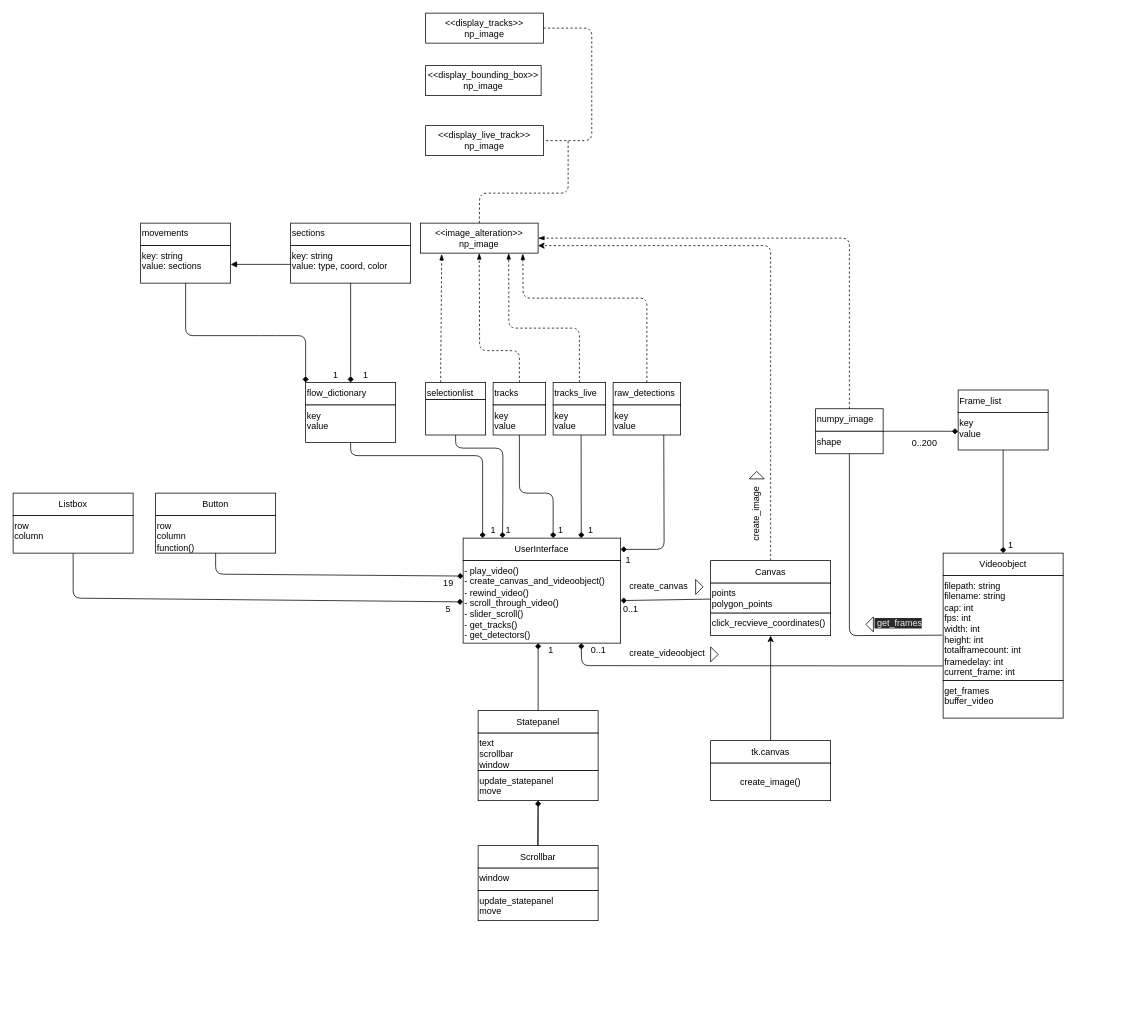
The draw.io diagram OTAnalytics/uml.drawio in OpenTrafficCam/OTAnalytics, before the edit. Source tidied: cells renumbered, new cells numbered last; positions are measured from the earlier drawing's top-left corner, leaving out a move shared by most shapes. Both pictures are drawn from the tidied source at 75%, with x=0, y=0 at pixel (13, 13).
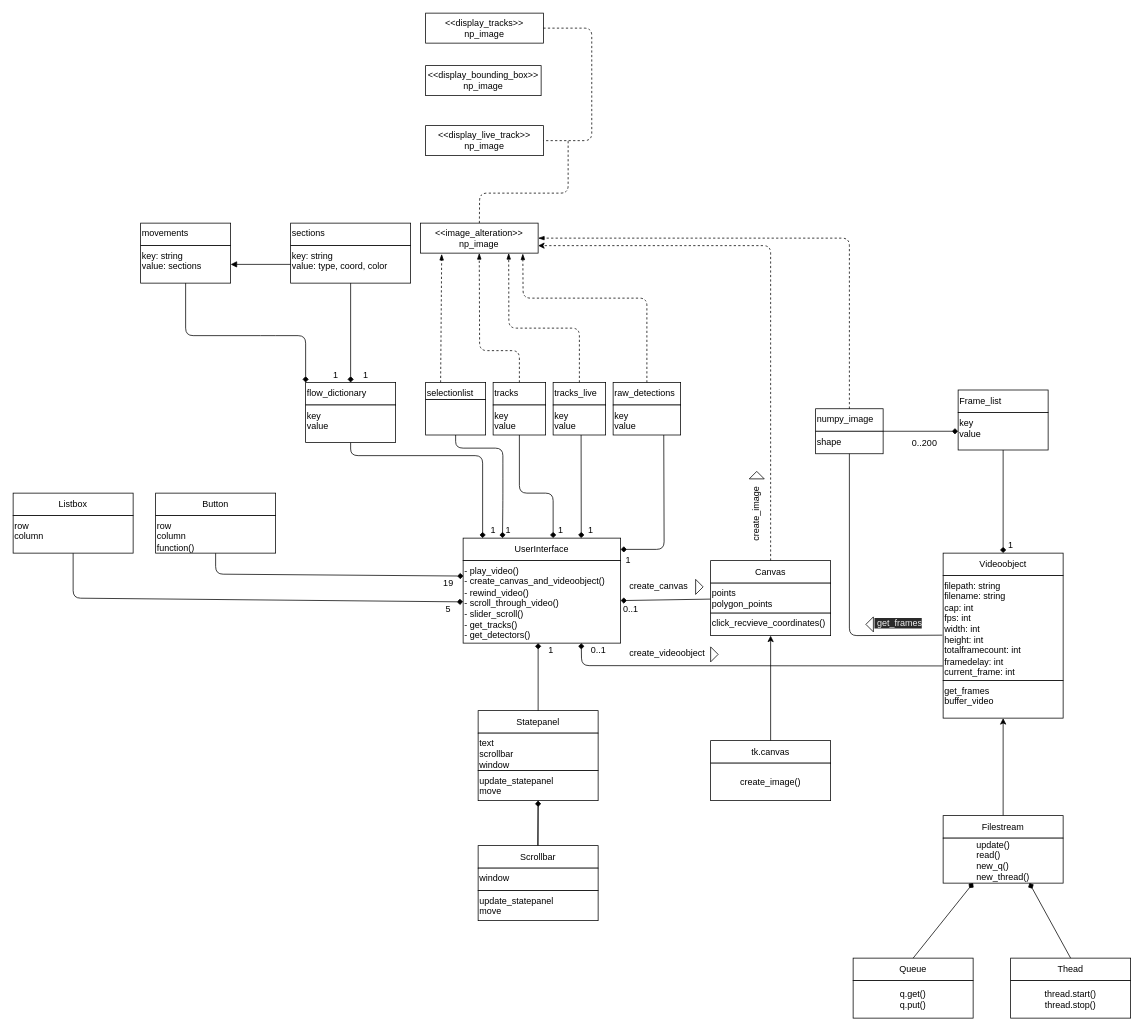
After the change.

Change to the diagram source:
```diff
@@
+    <mxCell id="103" style="edgeStyle=none;html=1;endArrow=classic;endFill=1;" parent="1" edge="1" source="104">
+      <mxGeometry relative="1" as="geometry">
+        <mxPoint x="1320" y="940" as="targetPoint" />
+      </mxGeometry>
+    </mxCell>
+    <mxCell id="104" value="Filestream" style="whiteSpace=wrap;html=1;" parent="1" vertex="1">
+      <mxGeometry x="1240" y="1070" width="160" height="30" as="geometry" />
+    </mxCell>
+    <mxCell id="105" value="&lt;div style=&quot;text-align: left&quot;&gt;update()&lt;br&gt;read()&lt;br&gt;new_q()&lt;br&gt;new_thread()&lt;/div&gt;" style="whiteSpace=wrap;html=1;" parent="1" vertex="1">
+      <mxGeometry x="1240" y="1100" width="160" height="60" as="geometry" />
+    </mxCell>
+    <mxCell id="106" value="Queue" style="whiteSpace=wrap;html=1;" parent="1" vertex="1">
+      <mxGeometry x="1120" y="1260" width="160" height="30" as="geometry" />
+    </mxCell>
+    <mxCell id="107" value="&lt;span style=&quot;text-align: left&quot;&gt;q.get()&lt;br&gt;q.put()&lt;br&gt;&lt;/span&gt;" style="whiteSpace=wrap;html=1;" parent="1" vertex="1">
+      <mxGeometry x="1120" y="1290" width="160" height="50" as="geometry" />
+    </mxCell>
+    <mxCell id="108" value="Thead" style="whiteSpace=wrap;html=1;" parent="1" vertex="1">
+      <mxGeometry x="1330" y="1260" width="160" height="30" as="geometry" />
+    </mxCell>
+    <mxCell id="109" value="&lt;span style=&quot;text-align: left&quot;&gt;thread.start()&lt;br&gt;thread.stop()&lt;br&gt;&lt;/span&gt;" style="whiteSpace=wrap;html=1;" parent="1" vertex="1">
+      <mxGeometry x="1330" y="1290" width="160" height="50" as="geometry" />
+    </mxCell>
+    <mxCell id="110" style="edgeStyle=none;html=1;endArrow=diamond;endFill=1;exitX=0.5;exitY=0;exitDx=0;exitDy=0;entryX=0.25;entryY=1;entryDx=0;entryDy=0;" parent="1" edge="1" source="106" target="105">
+      <mxGeometry relative="1" as="geometry" />
+    </mxCell>
+    <mxCell id="111" style="edgeStyle=none;html=1;endArrow=diamond;endFill=1;entryX=0.719;entryY=1;entryDx=0;entryDy=0;exitX=0.5;exitY=0;exitDx=0;exitDy=0;entryPerimeter=0;" parent="1" edge="1" source="108" target="105">
+      <mxGeometry relative="1" as="geometry" />
+    </mxCell>
```
